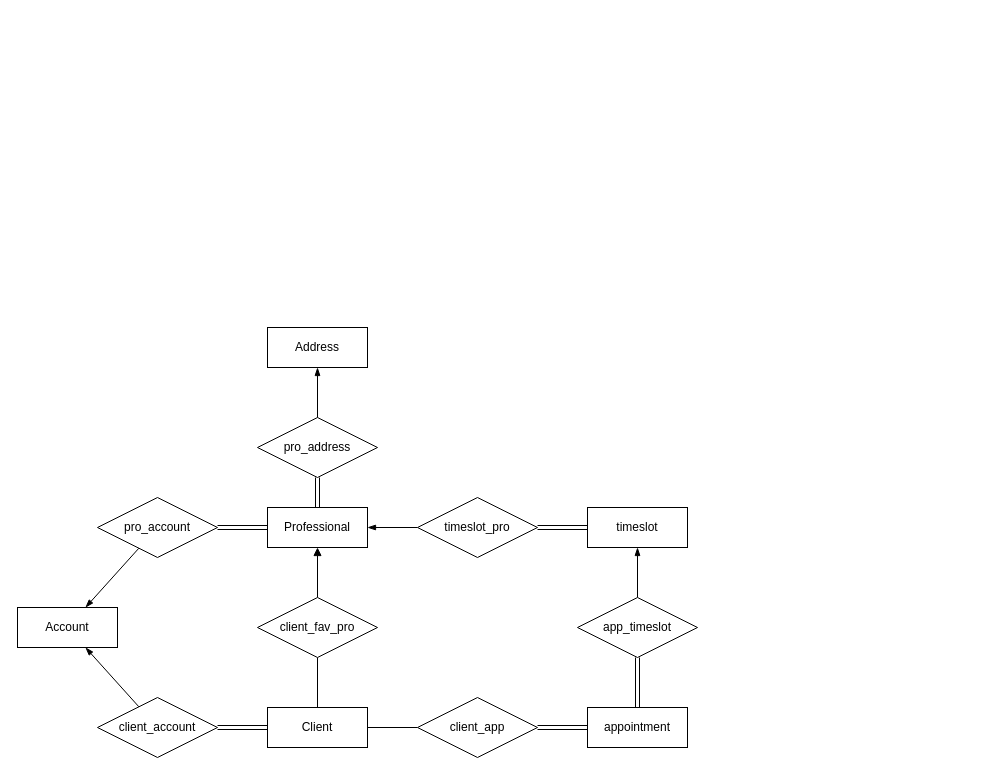
The draw.io diagram page "ERD - Basic" (1 of 3) of Database.drawio in jeremiahbrandt/Appointment-Scheduler-UML, before the edit. Source tidied: cells renumbered, new cells numbered last; positions are measured from the earlier drawing's top-left corner, leaving out a move shared by most shapes. Both pictures are drawn from the tidied source at 100%, with x=0, y=0 at pixel (17, 327).
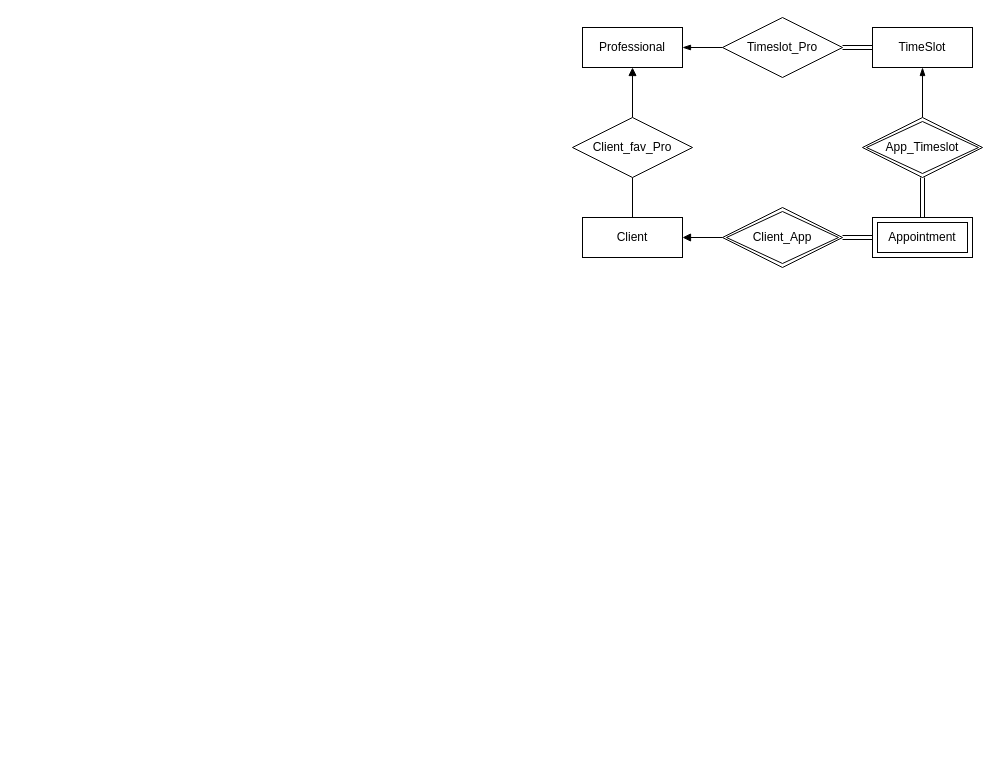
After the change.

Diff of the diagram source:
```diff
@@
-    <mxCell id="2" value="Account" style="whiteSpace=wrap;html=1;align=center;" parent="1" vertex="1">
-      <mxGeometry y="280" width="100" height="40" as="geometry" />
-    </mxCell>
-    <mxCell id="3" style="edgeStyle=orthogonalEdgeStyle;rounded=0;jettySize=auto;html=1;startArrow=blockThin;startFill=1;endArrow=none;endFill=0;" parent="1" edge="1" source="4" target="20">
-      <mxGeometry relative="1" as="geometry" />
-    </mxCell>
+    <mxCell id="29" style="edgeStyle=orthogonalEdgeStyle;rounded=0;jettySize=auto;html=1;startArrow=blockThin;startFill=1;endArrow=none;endFill=0;" parent="1" edge="1" source="4" target="32">
+      <mxGeometry relative="1" as="geometry" />
+    </mxCell>
     <mxCell id="4" value="Professional" style="whiteSpace=wrap;html=1;align=center;" parent="1" vertex="1">
-      <mxGeometry x="250" y="180" width="100" height="40" as="geometry" />
+      <mxGeometry x="565" y="-300" width="100" height="40" as="geometry" />
     </mxCell>
-    <mxCell id="5" style="edgeStyle=orthogonalEdgeStyle;rounded=0;jettySize=auto;html=1;startArrow=none;startFill=0;endArrow=none;endFill=0;" parent="1" edge="1" source="6" target="18">
-      <mxGeometry relative="1" as="geometry" />
-    </mxCell>
+    <mxCell id="30" style="edgeStyle=orthogonalEdgeStyle;rounded=0;jettySize=auto;html=1;startArrow=none;startFill=0;endArrow=none;endFill=0;" parent="1" edge="1" source="6" target="42">
+      <mxGeometry relative="1" as="geometry" />
+    </mxCell>
     <mxCell id="6" value="Client" style="whiteSpace=wrap;html=1;align=center;" parent="1" vertex="1">
-      <mxGeometry x="250" y="380" width="100" height="40" as="geometry" />
+      <mxGeometry x="565" y="-110" width="100" height="40" as="geometry" />
     </mxCell>
-    <mxCell id="7" value="pro_account" style="shape=rhombus;perimeter=rhombusPerimeter;whiteSpace=wrap;html=1;align=center;" parent="1" vertex="1">
-      <mxGeometry x="80" y="170" width="120" height="60" as="geometry" />
-    </mxCell>
-    <mxCell id="8" style="shape=link;html=1;rounded=0;entryX=0;entryY=0.5;entryDx=0;entryDy=0;" parent="1" edge="1" source="7" target="4">
-      <mxGeometry relative="1" as="geometry" />
-    </mxCell>
-    <mxCell id="9" style="shape=link;html=1;rounded=0;entryX=0;entryY=0.5;entryDx=0;entryDy=0;" parent="1" edge="1" source="10" target="6">
-      <mxGeometry relative="1" as="geometry" />
-    </mxCell>
-    <mxCell id="10" value="client_account" style="shape=rhombus;perimeter=rhombusPerimeter;whiteSpace=wrap;html=1;align=center;" parent="1" vertex="1">
-      <mxGeometry x="80" y="370" width="120" height="60" as="geometry" />
-    </mxCell>
-    <mxCell id="11" style="endArrow=blockThin;html=1;rounded=0;startArrow=none;startFill=0;endFill=1;" parent="1" edge="1" source="7" target="2">
-      <mxGeometry relative="1" as="geometry" />
-    </mxCell>
-    <mxCell id="12" style="endArrow=blockThin;html=1;rounded=0;endFill=1;" parent="1" edge="1" source="10" target="2">
-      <mxGeometry relative="1" as="geometry" />
-    </mxCell>
-    <mxCell id="13" value="pro_address" style="shape=rhombus;perimeter=rhombusPerimeter;whiteSpace=wrap;html=1;align=center;" parent="1" vertex="1">
-      <mxGeometry x="240" y="90" width="120" height="60" as="geometry" />
-    </mxCell>
-    <mxCell id="14" style="shape=link;html=1;rounded=0;" parent="1" edge="1" source="13" target="4">
-      <mxGeometry relative="1" as="geometry" />
-    </mxCell>
-    <mxCell id="15" value="Address" style="whiteSpace=wrap;html=1;align=center;" parent="1" vertex="1">
-      <mxGeometry x="250" width="100" height="40" as="geometry" />
-    </mxCell>
-    <mxCell id="16" style="endArrow=blockThin;html=1;rounded=0;exitX=0.5;exitY=0;exitDx=0;exitDy=0;endFill=1;" parent="1" edge="1" source="13" target="15">
-      <mxGeometry relative="1" as="geometry" />
-    </mxCell>
-    <mxCell id="17" style="edgeStyle=orthogonalEdgeStyle;rounded=0;jettySize=auto;html=1;startArrow=none;startFill=0;endArrow=block;endFill=1;" parent="1" edge="1" source="18" target="4">
-      <mxGeometry relative="1" as="geometry" />
-    </mxCell>
-    <mxCell id="18" value="client_fav_pro" style="shape=rhombus;perimeter=rhombusPerimeter;whiteSpace=wrap;html=1;align=center;" parent="1" vertex="1">
-      <mxGeometry x="240" y="270" width="120" height="60" as="geometry" />
-    </mxCell>
-    <mxCell id="19" value="appointment" style="whiteSpace=wrap;html=1;align=center;" parent="1" vertex="1">
-      <mxGeometry x="570" y="380" width="100" height="40" as="geometry" />
-    </mxCell>
-    <mxCell id="20" value="timeslot_pro" style="shape=rhombus;perimeter=rhombusPerimeter;whiteSpace=wrap;html=1;align=center;" parent="1" vertex="1">
-      <mxGeometry x="400" y="170" width="120" height="60" as="geometry" />
-    </mxCell>
-    <mxCell id="21" value="timeslot" style="whiteSpace=wrap;html=1;align=center;" parent="1" vertex="1">
-      <mxGeometry x="570" y="180" width="100" height="40" as="geometry" />
-    </mxCell>
-    <mxCell id="22" style="shape=link;html=1;rounded=0;" parent="1" edge="1" source="20" target="21">
-      <mxGeometry relative="1" as="geometry" />
-    </mxCell>
-    <mxCell id="23" style="edgeStyle=orthogonalEdgeStyle;rounded=0;jettySize=auto;html=1;startArrow=none;startFill=0;endArrow=blockThin;endFill=1;" parent="1" edge="1" source="24" target="21">
-      <mxGeometry relative="1" as="geometry" />
-    </mxCell>
-    <mxCell id="24" value="app_timeslot" style="shape=rhombus;perimeter=rhombusPerimeter;whiteSpace=wrap;html=1;align=center;" parent="1" vertex="1">
-      <mxGeometry x="560" y="270" width="120" height="60" as="geometry" />
-    </mxCell>
-    <mxCell id="25" style="edgeStyle=orthogonalEdgeStyle;rounded=0;jettySize=auto;html=1;startArrow=none;startFill=0;endArrow=none;endFill=0;" parent="1" edge="1" source="26" target="6">
-      <mxGeometry relative="1" as="geometry" />
-    </mxCell>
-    <mxCell id="26" value="client_app" style="shape=rhombus;perimeter=rhombusPerimeter;whiteSpace=wrap;html=1;align=center;" parent="1" vertex="1">
-      <mxGeometry x="400" y="370" width="120" height="60" as="geometry" />
-    </mxCell>
-    <mxCell id="27" style="shape=link;html=1;rounded=0;" parent="1" edge="1" source="19" target="24">
-      <mxGeometry relative="1" as="geometry" />
-    </mxCell>
-    <mxCell id="28" style="shape=link;html=1;rounded=0;" parent="1" edge="1" source="19" target="26">
-      <mxGeometry relative="1" as="geometry" />
-    </mxCell>
+    <mxCell id="31" style="edgeStyle=orthogonalEdgeStyle;rounded=0;jettySize=auto;html=1;startArrow=none;startFill=0;endArrow=block;endFill=1;" parent="1" edge="1" source="42" target="4">
+      <mxGeometry relative="1" as="geometry" />
+    </mxCell>
+    <mxCell id="32" value="Timeslot_Pro" style="shape=rhombus;perimeter=rhombusPerimeter;whiteSpace=wrap;html=1;align=center;" parent="1" vertex="1">
+      <mxGeometry x="705" y="-310" width="120" height="60" as="geometry" />
+    </mxCell>
+    <mxCell id="33" value="TimeSlot" style="whiteSpace=wrap;html=1;align=center;" parent="1" vertex="1">
+      <mxGeometry x="855" y="-300" width="100" height="40" as="geometry" />
+    </mxCell>
+    <mxCell id="34" style="shape=link;html=1;rounded=0;" parent="1" edge="1" source="32" target="33">
+      <mxGeometry relative="1" as="geometry" />
+    </mxCell>
+    <mxCell id="35" style="edgeStyle=orthogonalEdgeStyle;rounded=0;jettySize=auto;html=1;startArrow=none;startFill=0;endArrow=blockThin;endFill=1;" parent="1" edge="1" source="41" target="33">
+      <mxGeometry relative="1" as="geometry" />
+    </mxCell>
+    <mxCell id="36" style="edgeStyle=orthogonalEdgeStyle;rounded=0;jettySize=auto;html=1;startArrow=none;startFill=0;endArrow=block;endFill=1;" parent="1" edge="1" source="40" target="6">
+      <mxGeometry relative="1" as="geometry" />
+    </mxCell>
+    <mxCell id="37" style="shape=link;html=1;rounded=0;" parent="1" edge="1" source="39" target="41">
+      <mxGeometry relative="1" as="geometry" />
+    </mxCell>
+    <mxCell id="38" style="shape=link;html=1;rounded=0;" parent="1" edge="1" target="40">
+      <mxGeometry relative="1" as="geometry">
+        <mxPoint x="855" y="-90" as="sourcePoint" />
+      </mxGeometry>
+    </mxCell>
+    <mxCell id="39" value="Appointment" style="shape=ext;margin=3;double=1;whiteSpace=wrap;html=1;align=center;" parent="1" vertex="1">
+      <mxGeometry x="855" y="-110" width="100" height="40" as="geometry" />
+    </mxCell>
+    <mxCell id="40" value="Client_App" style="shape=rhombus;double=1;perimeter=rhombusPerimeter;whiteSpace=wrap;html=1;align=center;" parent="1" vertex="1">
+      <mxGeometry x="705" y="-120" width="120" height="60" as="geometry" />
+    </mxCell>
+    <mxCell id="41" value="App_Timeslot" style="shape=rhombus;double=1;perimeter=rhombusPerimeter;whiteSpace=wrap;html=1;align=center;" parent="1" vertex="1">
+      <mxGeometry x="845" y="-210" width="120" height="60" as="geometry" />
+    </mxCell>
+    <mxCell id="42" value="Client_fav_Pro" style="shape=rhombus;perimeter=rhombusPerimeter;whiteSpace=wrap;html=1;align=center;" parent="1" vertex="1">
+      <mxGeometry x="555" y="-210" width="120" height="60" as="geometry" />
+    </mxCell>
```
